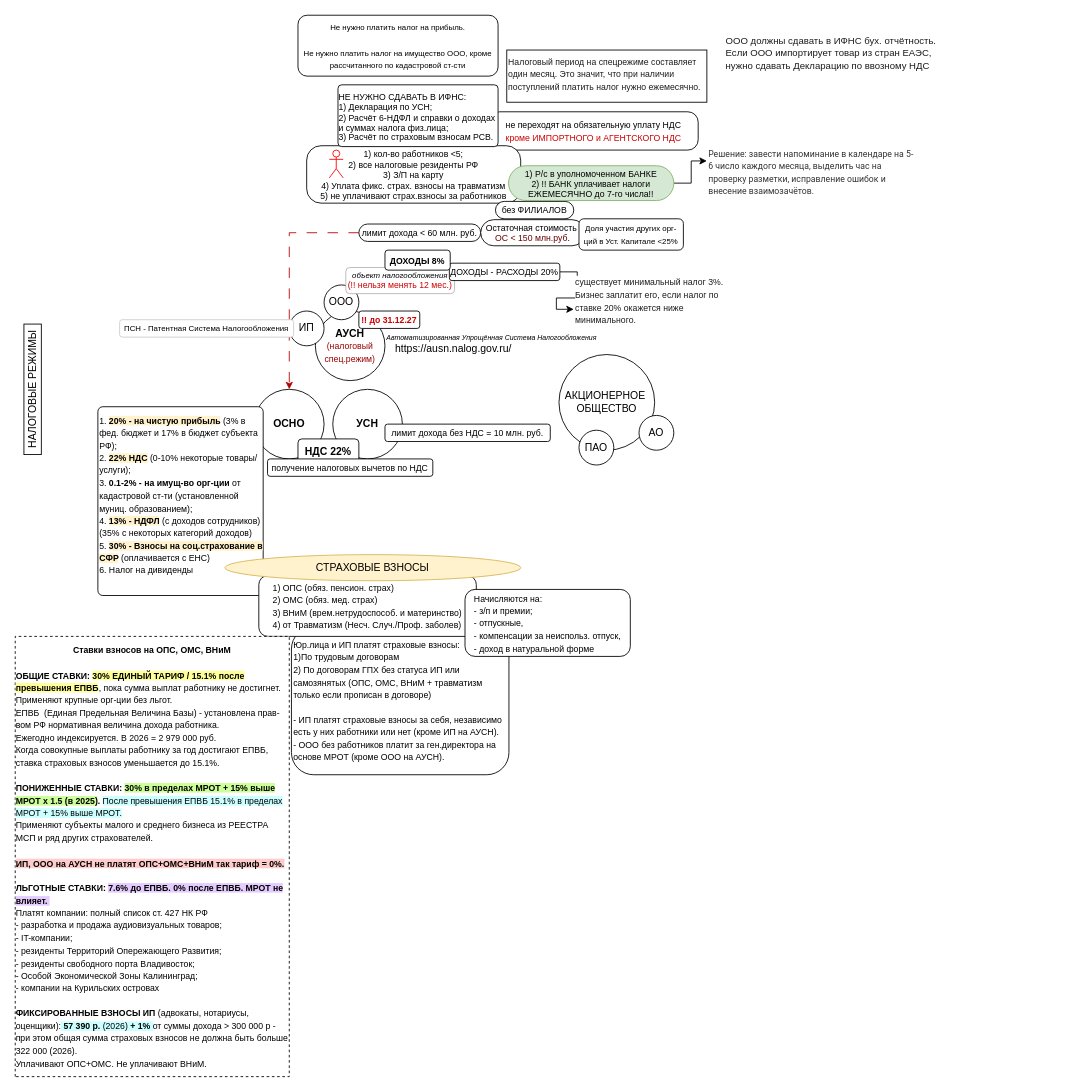
youarereef/mmaps keeps this draw.io diagram as АУСН.drawio. Above is the earlier version. Source tidied: cells renumbered, new cells numbered last; positions are measured from the earlier drawing's top-left corner, leaving out a move shared by most shapes. Both pictures are drawn from the tidied source at 87%, with x=0, y=0 at pixel (-33, 15).
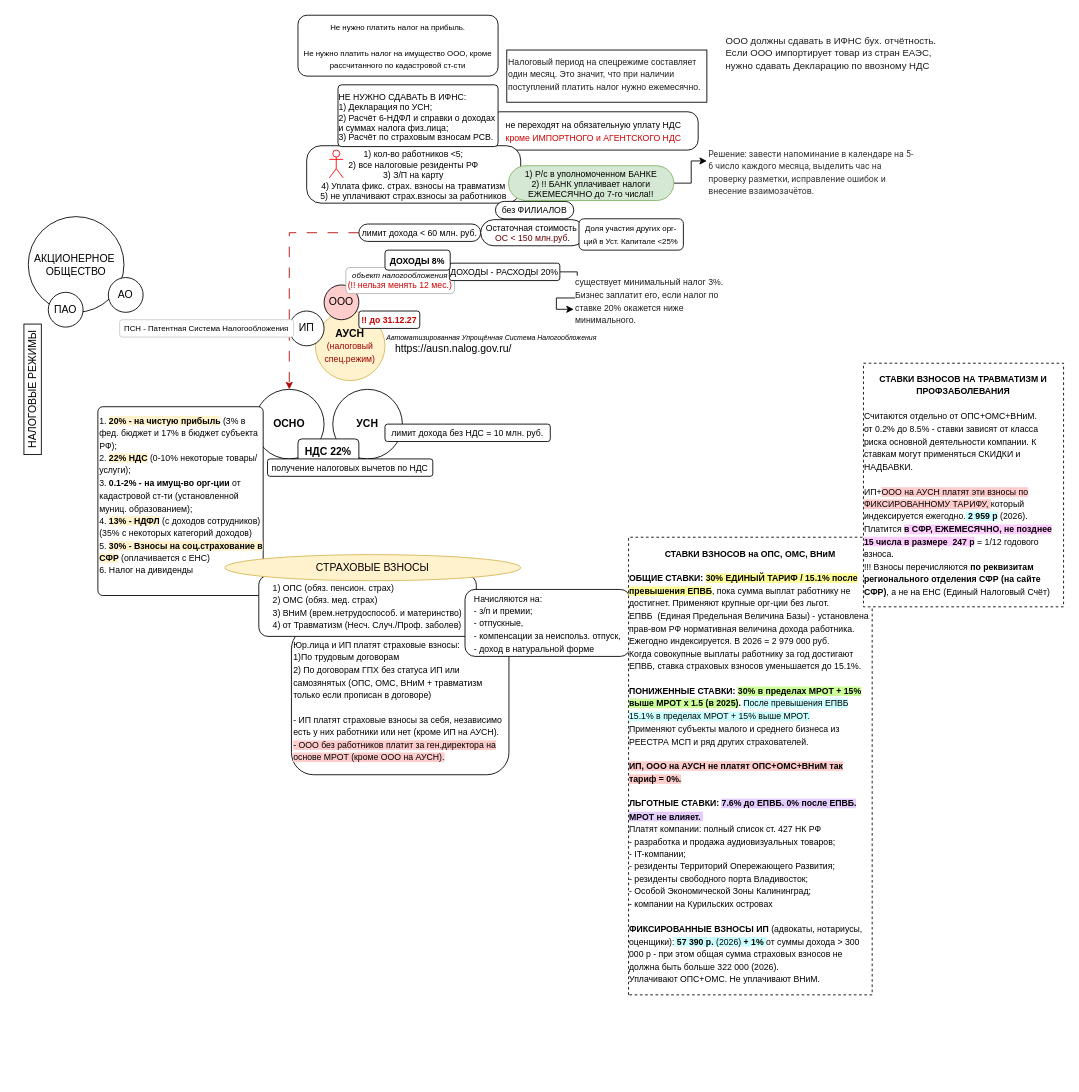
After the change.

Diff of the diagram source:
```diff
@@
-    <mxCell id="3" value="&lt;b&gt;АУСН&lt;/b&gt;&lt;div&gt;&lt;font style=&quot;font-size: 10px; color: rgb(153, 0, 0); line-height: 60%;&quot;&gt;(налоговый спец.режим)&lt;/font&gt;&lt;/div&gt;" style="ellipse;whiteSpace=wrap;html=1;" parent="1" vertex="1">
+    <mxCell id="3" value="&lt;b&gt;АУСН&lt;/b&gt;&lt;div&gt;&lt;font style=&quot;font-size: 10px; color: rgb(153, 0, 0); line-height: 60%;&quot;&gt;(налоговый спец.режим)&lt;/font&gt;&lt;/div&gt;" style="ellipse;whiteSpace=wrap;html=1;fillColor=#fff2cc;strokeColor=#d6b656;" parent="1" vertex="1">
       <mxGeometry x="400" y="340" width="80" height="80" as="geometry" />
     </mxCell>
@@
-    <mxCell id="8" value="ООО" style="ellipse;whiteSpace=wrap;html=1;" parent="1" vertex="1">
+    <mxCell id="8" value="ООО" style="ellipse;whiteSpace=wrap;html=1;fillColor=#FFCCCC;" parent="1" vertex="1">
       <mxGeometry x="410" y="310" width="40" height="40" as="geometry" />
     </mxCell>
@@
     <mxCell id="35" value="АКЦИОНЕРНОЕ&amp;nbsp;&lt;div&gt;ОБЩЕСТВО&lt;/div&gt;" style="ellipse;whiteSpace=wrap;html=1;" parent="1" vertex="1">
-      <mxGeometry x="680" y="390" width="110" height="110" as="geometry" />
+      <mxGeometry x="70" y="231.5" width="110" height="110" as="geometry" />
     </mxCell>
     <mxCell id="36" value="ПАО" style="ellipse;whiteSpace=wrap;html=1;" parent="1" vertex="1">
-      <mxGeometry x="703" y="477" width="40" height="40" as="geometry" />
+      <mxGeometry x="93" y="318.5" width="40" height="40" as="geometry" />
     </mxCell>
     <mxCell id="37" value="АО" style="ellipse;whiteSpace=wrap;html=1;" parent="1" vertex="1">
-      <mxGeometry x="772" y="460" width="40" height="40" as="geometry" />
+      <mxGeometry x="162" y="301.5" width="40" height="40" as="geometry" />
     </mxCell>
@@
-    <mxCell id="39" value="&lt;div style=&quot;&quot;&gt;&lt;span style=&quot;font-size: 10px;&quot;&gt;Юр.лица и ИП платят страховые взносы:&lt;/span&gt;&lt;/div&gt;&lt;div style=&quot;&quot;&gt;&lt;span style=&quot;font-size: 10px;&quot;&gt;1)По трудовым договорам&lt;/span&gt;&lt;/div&gt;&lt;div style=&quot;&quot;&gt;&lt;span style=&quot;font-size: 10px;&quot;&gt;2) По договорам ГПХ без статуса ИП или самозянятых (ОПС, ОМС, ВНиМ + травматизм только если прописан в договоре)&lt;/span&gt;&lt;/div&gt;&lt;div style=&quot;&quot;&gt;&lt;span style=&quot;font-size: 10px;&quot;&gt;&lt;br&gt;&lt;/span&gt;&lt;/div&gt;&lt;div style=&quot;&quot;&gt;&lt;span style=&quot;font-size: 10px;&quot;&gt;- ИП платят страховые взносы за себя, независимо есть у них работники или нет (кроме ИП на АУСН).&lt;/span&gt;&lt;/div&gt;&lt;div style=&quot;&quot;&gt;&lt;span style=&quot;font-size: 10px;&quot;&gt;- ООО без работников платит за ген.директора на основе МРОТ (кроме ООО на АУСН).&lt;/span&gt;&lt;/div&gt;" style="rounded=1;whiteSpace=wrap;html=1;align=left;" parent="1" vertex="1">
+    <mxCell id="39" value="&lt;div style=&quot;&quot;&gt;&lt;span style=&quot;font-size: 10px;&quot;&gt;Юр.лица и ИП платят страховые взносы:&lt;/span&gt;&lt;/div&gt;&lt;div style=&quot;&quot;&gt;&lt;span style=&quot;font-size: 10px;&quot;&gt;1)По трудовым договорам&lt;/span&gt;&lt;/div&gt;&lt;div style=&quot;&quot;&gt;&lt;span style=&quot;font-size: 10px;&quot;&gt;2) По договорам ГПХ без статуса ИП или самозянятых (ОПС, ОМС, ВНиМ + травматизм только если прописан в договоре)&lt;/span&gt;&lt;/div&gt;&lt;div style=&quot;&quot;&gt;&lt;span style=&quot;font-size: 10px;&quot;&gt;&lt;br&gt;&lt;/span&gt;&lt;/div&gt;&lt;div style=&quot;&quot;&gt;&lt;span style=&quot;font-size: 10px;&quot;&gt;- ИП платят страховые взносы за себя, независимо есть у них работники или нет (кроме ИП на АУСН).&lt;/span&gt;&lt;/div&gt;&lt;div style=&quot;&quot;&gt;&lt;span style=&quot;font-size: 10px; background-color: rgb(255, 204, 204);&quot;&gt;- ООО без работников платит за ген.директора на основе МРОТ (кроме ООО на АУСН).&lt;/span&gt;&lt;/div&gt;" style="rounded=1;whiteSpace=wrap;html=1;align=left;" parent="1" vertex="1">
       <mxGeometry x="372.5" y="703" width="250" height="170" as="geometry" />
     </mxCell>
@@
-    <mxCell id="43" value="&lt;font style=&quot;font-size: 10px;&quot;&gt;&lt;b&gt;Ставки взносов на ОПС, ОМС, ВНиМ&lt;/b&gt;&lt;/font&gt;&lt;div&gt;&lt;span style=&quot;font-size: 10px;&quot;&gt;&lt;b&gt;&lt;br&gt;&lt;/b&gt;&lt;/span&gt;&lt;div style=&quot;text-align: left;&quot;&gt;&lt;font style=&quot;font-size: 10px;&quot;&gt;&lt;b&gt;ОБЩИЕ СТАВКИ: &lt;span style=&quot;background-color: rgb(255, 255, 153);&quot;&gt;30% ЕДИНЫЙ ТАРИФ / 15.1% после превышения ЕПВБ&lt;/span&gt;&lt;/b&gt;, пока сумма выплат работнику не достигнет. Применяют крупные орг-ции без льгот.&lt;/font&gt;&lt;/div&gt;&lt;div style=&quot;text-align: left;&quot;&gt;&lt;font style=&quot;font-size: 10px;&quot;&gt;ЕПВБ&amp;nbsp;&lt;/font&gt;&lt;span style=&quot;font-size: 10px; background-color: transparent; color: light-dark(rgb(0, 0, 0), rgb(255, 255, 255));&quot;&gt;&amp;nbsp;&lt;/span&gt;&lt;span style=&quot;font-size: 10px; background-color: transparent; color: light-dark(rgb(0, 0, 0), rgb(255, 255, 255));&quot;&gt;(Единая Предельная Величина Базы)&lt;/span&gt;&lt;span style=&quot;font-size: 10px; background-color: transparent; color: light-dark(rgb(0, 0, 0), rgb(255, 255, 255));&quot;&gt;&amp;nbsp;- установлена прав-вом РФ нормативная величина дохода работника.&amp;nbsp;&lt;/span&gt;&lt;/div&gt;&lt;div style=&quot;text-align: left;&quot;&gt;&lt;span style=&quot;font-size: 10px; background-color: transparent; color: light-dark(rgb(0, 0, 0), rgb(255, 255, 255));&quot;&gt;Ежегодно индексируется. В 2026 = 2 979 000 руб.&lt;/span&gt;&lt;/div&gt;&lt;div style=&quot;text-align: left;&quot;&gt;&lt;font style=&quot;font-size: 10px;&quot;&gt;Когда совокупные выплаты работнику за год достигают ЕПВБ, ставка страховых взносов уменьшается до 15.1%.&lt;/font&gt;&lt;/div&gt;&lt;div style=&quot;text-align: left;&quot;&gt;&lt;font style=&quot;font-size: 10px;&quot;&gt;&lt;br&gt;&lt;/font&gt;&lt;/div&gt;&lt;div style=&quot;text-align: left;&quot;&gt;&lt;font style=&quot;font-size: 10px;&quot;&gt;&lt;b&gt;ПОНИЖЕННЫЕ СТАВКИ:&lt;/b&gt; &lt;b&gt;&lt;span style=&quot;background-color: rgb(204, 255, 153);&quot;&gt;30% в пределах МРОТ + 15% выше МРОТ х 1.5 (в 2025)&lt;/span&gt;.&lt;/b&gt;&amp;nbsp;&lt;span style=&quot;background-color: rgb(204, 255, 255);&quot;&gt;После превышения ЕПВБ 15.1% в пределах МРОТ + 15% выше МРОТ.&lt;/span&gt;&lt;/font&gt;&lt;/div&gt;&lt;div style=&quot;text-align: left;&quot;&gt;&lt;font style=&quot;font-size: 10px;&quot;&gt;Применяют субъекты малого и среднего бизнеса из РЕЕСТРА МСП и ряд других страхователей.&amp;nbsp;&lt;/font&gt;&lt;/div&gt;&lt;div style=&quot;text-align: left;&quot;&gt;&lt;font style=&quot;font-size: 10px;&quot;&gt;&lt;br&gt;&lt;/font&gt;&lt;/div&gt;&lt;div style=&quot;text-align: left;&quot;&gt;&lt;font style=&quot;font-size: 10px; background-color: rgb(255, 204, 204);&quot;&gt;&lt;b&gt;ИП, ООО на АУСН не платят ОПС+ОМС+ВНиМ так тариф = 0%.&lt;/b&gt;&lt;/font&gt;&lt;/div&gt;&lt;/div&gt;&lt;div style=&quot;text-align: left;&quot;&gt;&lt;font style=&quot;font-size: 10px;&quot;&gt;&lt;br&gt;&lt;/font&gt;&lt;/div&gt;&lt;div style=&quot;text-align: left;&quot;&gt;&lt;font style=&quot;font-size: 10px;&quot;&gt;&lt;b&gt;ЛЬГОТНЫЕ СТАВКИ: &lt;span style=&quot;background-color: rgb(229, 204, 255);&quot;&gt;7.6% до ЕПВБ. 0% после ЕПВБ. МРОТ не влияет.&amp;nbsp;&lt;/span&gt;&lt;/b&gt;&lt;/font&gt;&lt;/div&gt;&lt;div style=&quot;text-align: left;&quot;&gt;&lt;font style=&quot;font-size: 10px;&quot;&gt;Платят компании: полный список ст. 427 НК РФ&lt;/font&gt;&lt;/div&gt;&lt;div style=&quot;text-align: left;&quot;&gt;&lt;font style=&quot;font-size: 10px;&quot;&gt;- разработка и продажа аудиовизуальных товаров;&lt;/font&gt;&lt;/div&gt;&lt;div style=&quot;text-align: left;&quot;&gt;&lt;font style=&quot;font-size: 10px;&quot;&gt;- IT-компании;&lt;/font&gt;&lt;/div&gt;&lt;div style=&quot;text-align: left;&quot;&gt;&lt;font style=&quot;font-size: 10px;&quot;&gt;- резиденты Территорий Опережающего Развития;&lt;/font&gt;&lt;/div&gt;&lt;div style=&quot;text-align: left;&quot;&gt;&lt;span style=&quot;font-size: 10px; background-color: transparent; color: light-dark(rgb(0, 0, 0), rgb(255, 255, 255));&quot;&gt;- резиденты свободного порта Владивосток;&lt;/span&gt;&lt;/div&gt;&lt;div style=&quot;text-align: left;&quot;&gt;&lt;span style=&quot;font-size: 10px; background-color: transparent; color: light-dark(rgb(0, 0, 0), rgb(255, 255, 255));&quot;&gt;- Особой Экономической Зоны Калининград;&lt;/span&gt;&lt;/div&gt;&lt;div style=&quot;text-align: left;&quot;&gt;&lt;span style=&quot;font-size: 10px; background-color: transparent; color: light-dark(rgb(0, 0, 0), rgb(255, 255, 255));&quot;&gt;- компании на Курильских островах&amp;nbsp;&lt;/span&gt;&lt;/div&gt;&lt;div style=&quot;text-align: left;&quot;&gt;&lt;span style=&quot;font-size: 10px; background-color: transparent; color: light-dark(rgb(0, 0, 0), rgb(255, 255, 255));&quot;&gt;&lt;br&gt;&lt;/span&gt;&lt;/div&gt;&lt;div style=&quot;text-align: left;&quot;&gt;&lt;span style=&quot;font-size: 10px; background-color: transparent; color: light-dark(rgb(0, 0, 0), rgb(255, 255, 255));&quot;&gt;&lt;b&gt;ФИКСИРОВАННЫЕ ВЗНОСЫ ИП&lt;/b&gt; (адвокаты, нотариусы, оценщики):&lt;/span&gt;&lt;span style=&quot;font-size: 10px; color: light-dark(rgb(0, 0, 0), rgb(255, 255, 255)); background-color: rgb(204, 255, 255);&quot;&gt; &lt;b style=&quot;&quot;&gt;57 390 р. &lt;/b&gt;(2026)&lt;b style=&quot;&quot;&gt; + 1%&lt;/b&gt; &lt;/span&gt;&lt;span style=&quot;font-size: 10px; background-color: transparent; color: light-dark(rgb(0, 0, 0), rgb(255, 255, 255));&quot;&gt;от суммы дохода &amp;gt; 300 000 р - при этом общая сумма страховых взносов не должна быть больше 322 000 (2026).&amp;nbsp;&lt;/span&gt;&lt;/div&gt;&lt;div style=&quot;text-align: left;&quot;&gt;&lt;span style=&quot;font-size: 10px; background-color: transparent; color: light-dark(rgb(0, 0, 0), rgb(255, 255, 255));&quot;&gt;Уплачивают ОПС+ОМС. Не уплачивают ВНиМ.&lt;/span&gt;&lt;/div&gt;" style="shape=parallelogram;perimeter=parallelogramPerimeter;whiteSpace=wrap;html=1;fixedSize=1;size=-15;dashed=1;" parent="1" vertex="1">
-      <mxGeometry x="55" y="714" width="315" height="506" as="geometry" />
+    <mxCell id="43" value="&lt;font style=&quot;font-size: 10px;&quot;&gt;&lt;b&gt;СТАВКИ ВЗНОСОВ на ОПС, ОМС, ВНиМ&lt;/b&gt;&lt;/font&gt;&lt;div&gt;&lt;span style=&quot;font-size: 10px;&quot;&gt;&lt;b&gt;&lt;br&gt;&lt;/b&gt;&lt;/span&gt;&lt;div style=&quot;text-align: left;&quot;&gt;&lt;font style=&quot;font-size: 10px;&quot;&gt;&lt;b&gt;ОБЩИЕ СТАВКИ: &lt;span style=&quot;background-color: rgb(255, 255, 153);&quot;&gt;30% ЕДИНЫЙ ТАРИФ / 15.1% после превышения ЕПВБ&lt;/span&gt;&lt;/b&gt;, пока сумма выплат работнику не достигнет. Применяют крупные орг-ции без льгот.&lt;/font&gt;&lt;/div&gt;&lt;div style=&quot;text-align: left;&quot;&gt;&lt;font style=&quot;font-size: 10px;&quot;&gt;ЕПВБ&amp;nbsp;&lt;/font&gt;&lt;span style=&quot;font-size: 10px; background-color: transparent; color: light-dark(rgb(0, 0, 0), rgb(255, 255, 255));&quot;&gt;&amp;nbsp;&lt;/span&gt;&lt;span style=&quot;font-size: 10px; background-color: transparent; color: light-dark(rgb(0, 0, 0), rgb(255, 255, 255));&quot;&gt;(Единая Предельная Величина Базы)&lt;/span&gt;&lt;span style=&quot;font-size: 10px; background-color: transparent; color: light-dark(rgb(0, 0, 0), rgb(255, 255, 255));&quot;&gt;&amp;nbsp;- установлена прав-вом РФ нормативная величина дохода работника.&amp;nbsp;&lt;/span&gt;&lt;/div&gt;&lt;div style=&quot;text-align: left;&quot;&gt;&lt;span style=&quot;font-size: 10px; background-color: transparent; color: light-dark(rgb(0, 0, 0), rgb(255, 255, 255));&quot;&gt;Ежегодно индексируется. В 2026 = 2 979 000 руб.&lt;/span&gt;&lt;/div&gt;&lt;div style=&quot;text-align: left;&quot;&gt;&lt;font style=&quot;font-size: 10px;&quot;&gt;Когда совокупные выплаты работнику за год достигают ЕПВБ, ставка страховых взносов уменьшается до 15.1%.&lt;/font&gt;&lt;/div&gt;&lt;div style=&quot;text-align: left;&quot;&gt;&lt;font style=&quot;font-size: 10px;&quot;&gt;&lt;br&gt;&lt;/font&gt;&lt;/div&gt;&lt;div style=&quot;text-align: left;&quot;&gt;&lt;font style=&quot;font-size: 10px;&quot;&gt;&lt;b&gt;ПОНИЖЕННЫЕ СТАВКИ:&lt;/b&gt; &lt;b&gt;&lt;span style=&quot;background-color: rgb(204, 255, 153);&quot;&gt;30% в пределах МРОТ + 15% выше МРОТ х 1.5 (в 2025)&lt;/span&gt;.&lt;/b&gt;&amp;nbsp;&lt;span style=&quot;background-color: rgb(204, 255, 255);&quot;&gt;После превышения ЕПВБ 15.1% в пределах МРОТ + 15% выше МРОТ.&lt;/span&gt;&lt;/font&gt;&lt;/div&gt;&lt;div style=&quot;text-align: left;&quot;&gt;&lt;font style=&quot;font-size: 10px;&quot;&gt;Применяют субъекты малого и среднего бизнеса из РЕЕСТРА МСП и ряд других страхователей.&amp;nbsp;&lt;/font&gt;&lt;/div&gt;&lt;div style=&quot;text-align: left;&quot;&gt;&lt;font style=&quot;font-size: 10px;&quot;&gt;&lt;br&gt;&lt;/font&gt;&lt;/div&gt;&lt;div style=&quot;text-align: left;&quot;&gt;&lt;font style=&quot;font-size: 10px; background-color: rgb(255, 204, 204);&quot;&gt;&lt;b&gt;ИП, ООО на АУСН не платят ОПС+ОМС+ВНиМ так тариф = 0%.&lt;/b&gt;&lt;/font&gt;&lt;/div&gt;&lt;/div&gt;&lt;div style=&quot;text-align: left;&quot;&gt;&lt;font style=&quot;font-size: 10px;&quot;&gt;&lt;br&gt;&lt;/font&gt;&lt;/div&gt;&lt;div style=&quot;text-align: left;&quot;&gt;&lt;font style=&quot;font-size: 10px;&quot;&gt;&lt;b&gt;ЛЬГОТНЫЕ СТАВКИ: &lt;span style=&quot;background-color: rgb(229, 204, 255);&quot;&gt;7.6% до ЕПВБ. 0% после ЕПВБ. МРОТ не влияет.&amp;nbsp;&lt;/span&gt;&lt;/b&gt;&lt;/font&gt;&lt;/div&gt;&lt;div style=&quot;text-align: left;&quot;&gt;&lt;font style=&quot;font-size: 10px;&quot;&gt;Платят компании: полный список ст. 427 НК РФ&lt;/font&gt;&lt;/div&gt;&lt;div style=&quot;text-align: left;&quot;&gt;&lt;font style=&quot;font-size: 10px;&quot;&gt;- разработка и продажа аудиовизуальных товаров;&lt;/font&gt;&lt;/div&gt;&lt;div style=&quot;text-align: left;&quot;&gt;&lt;font style=&quot;font-size: 10px;&quot;&gt;- IT-компании;&lt;/font&gt;&lt;/div&gt;&lt;div style=&quot;text-align: left;&quot;&gt;&lt;font style=&quot;font-size: 10px;&quot;&gt;- резиденты Территорий Опережающего Развития;&lt;/font&gt;&lt;/div&gt;&lt;div style=&quot;text-align: left;&quot;&gt;&lt;span style=&quot;font-size: 10px; background-color: transparent; color: light-dark(rgb(0, 0, 0), rgb(255, 255, 255));&quot;&gt;- резиденты свободного порта Владивосток;&lt;/span&gt;&lt;/div&gt;&lt;div style=&quot;text-align: left;&quot;&gt;&lt;span style=&quot;font-size: 10px; background-color: transparent; color: light-dark(rgb(0, 0, 0), rgb(255, 255, 255));&quot;&gt;- Особой Экономической Зоны Калининград;&lt;/span&gt;&lt;/div&gt;&lt;div style=&quot;text-align: left;&quot;&gt;&lt;span style=&quot;font-size: 10px; background-color: transparent; color: light-dark(rgb(0, 0, 0), rgb(255, 255, 255));&quot;&gt;- компании на Курильских островах&amp;nbsp;&lt;/span&gt;&lt;/div&gt;&lt;div style=&quot;text-align: left;&quot;&gt;&lt;span style=&quot;font-size: 10px; background-color: transparent; color: light-dark(rgb(0, 0, 0), rgb(255, 255, 255));&quot;&gt;&lt;br&gt;&lt;/span&gt;&lt;/div&gt;&lt;div style=&quot;text-align: left;&quot;&gt;&lt;span style=&quot;font-size: 10px; background-color: transparent; color: light-dark(rgb(0, 0, 0), rgb(255, 255, 255));&quot;&gt;&lt;b&gt;ФИКСИРОВАННЫЕ ВЗНОСЫ ИП&lt;/b&gt; (адвокаты, нотариусы, оценщики):&lt;/span&gt;&lt;span style=&quot;font-size: 10px; color: light-dark(rgb(0, 0, 0), rgb(255, 255, 255)); background-color: rgb(204, 255, 255);&quot;&gt; &lt;b style=&quot;&quot;&gt;57 390 р. &lt;/b&gt;(2026)&lt;b style=&quot;&quot;&gt; + 1%&lt;/b&gt; &lt;/span&gt;&lt;span style=&quot;font-size: 10px; background-color: transparent; color: light-dark(rgb(0, 0, 0), rgb(255, 255, 255));&quot;&gt;от суммы дохода &amp;gt; 300 000 р - при этом общая сумма страховых взносов не должна быть больше 322 000 (2026).&amp;nbsp;&lt;/span&gt;&lt;/div&gt;&lt;div style=&quot;text-align: left;&quot;&gt;&lt;span style=&quot;font-size: 10px; background-color: transparent; color: light-dark(rgb(0, 0, 0), rgb(255, 255, 255));&quot;&gt;Уплачивают ОПС+ОМС. Не уплачивают ВНиМ.&lt;/span&gt;&lt;/div&gt;" style="shape=parallelogram;perimeter=parallelogramPerimeter;whiteSpace=wrap;html=1;fixedSize=1;size=-15;dashed=1;" parent="1" vertex="1">
+      <mxGeometry x="760" y="600" width="280" height="526" as="geometry" />
     </mxCell>
+    <mxCell id="44" value="&lt;font style=&quot;font-size: 10px;&quot;&gt;&lt;b&gt;СТАВКИ ВЗНОСОВ НА ТРАВМАТИЗМ И ПРОФЗАБОЛЕВАНИЯ&lt;/b&gt;&lt;/font&gt;&lt;div&gt;&lt;font style=&quot;font-size: 10px;&quot;&gt;&lt;br&gt;&lt;/font&gt;&lt;/div&gt;&lt;div style=&quot;text-align: left;&quot;&gt;&lt;span style=&quot;font-size: 10px;&quot;&gt;Считаются отдельно от ОПС+ОМС+ВНиМ.&lt;/span&gt;&lt;/div&gt;&lt;div style=&quot;text-align: left;&quot;&gt;&lt;span style=&quot;font-size: 10px;&quot;&gt;от 0.2% до 8.5% - ставки зависят от класса риска основной деятельности компании. К ставкам могут применяться СКИДКИ и НАДБАВКИ.&lt;/span&gt;&lt;/div&gt;&lt;div style=&quot;text-align: left;&quot;&gt;&lt;span style=&quot;font-size: 10px;&quot;&gt;&lt;br&gt;&lt;/span&gt;&lt;/div&gt;&lt;div style=&quot;text-align: left;&quot;&gt;&lt;span style=&quot;font-size: 10px;&quot;&gt;ИП+&lt;span style=&quot;background-color: rgb(255, 204, 204);&quot;&gt;ООО на АУСН платят эти взносы по ФИКСИРОВАННОМУ ТАРИФУ, &lt;/span&gt;который индексируется ежегодно.&lt;b style=&quot;background-color: rgb(204, 255, 255);&quot;&gt; 2 959 р&lt;/b&gt; (2026).&lt;/span&gt;&lt;/div&gt;&lt;div style=&quot;text-align: left;&quot;&gt;&lt;span style=&quot;font-size: 10px;&quot;&gt;Платится &lt;b style=&quot;background-color: rgb(255, 204, 255);&quot;&gt;в СФР, ЕЖЕМЕСЯЧНО, не позднее 15 числа в размере&amp;nbsp; 247 р&lt;/b&gt; = 1/12 годового взноса.&lt;/span&gt;&lt;/div&gt;&lt;div style=&quot;text-align: left;&quot;&gt;&lt;span style=&quot;font-size: 10px;&quot;&gt;!!! Взносы перечисляются &lt;b&gt;по реквизитам регионального отделения СФР (на сайте СФР)&lt;/b&gt;, а не на ЕНС (Единый Налоговый Счёт)&lt;/span&gt;&lt;/div&gt;" style="rounded=0;whiteSpace=wrap;html=1;dashed=1;" parent="1" vertex="1">
+      <mxGeometry x="1030" y="400" width="230" height="280" as="geometry" />
+    </mxCell>
```
